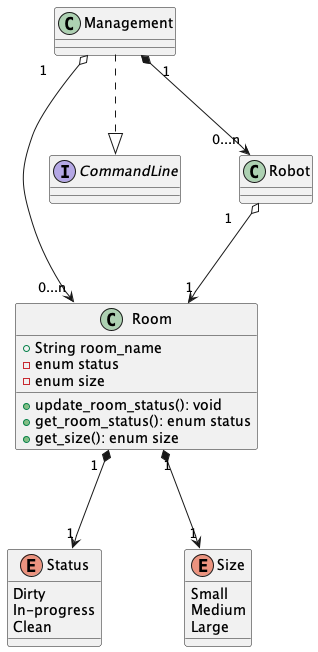
Above: docs/design/images/room_class_diagram.png in ur-cs-courses/course-project-krykna (PlantUML), before the change.
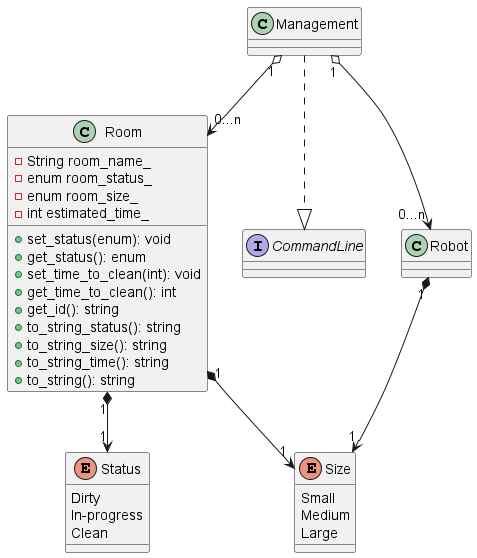
The same file after the commit.

Commit message:
Updated the Room Class design docs + PUML

Up-to-date with the current state of the room class.

The edit, as a diff of the source:
```diff
@@ -1,11 +1,18 @@
 @startuml
 class Room {
-    + String room_name
-    - enum status
-    - enum size
-    + update_room_status(): void
-    + get_room_status(): enum status
-    + get_size(): enum size
+    - String room_name_
+    - enum room_status_
+    - enum room_size_
+    - int estimated_time_
+    + set_status(enum): void
+    + get_status(): enum
+    + set_time_to_clean(int): void
+    + get_time_to_clean(): int
+    + get_id(): string
+    + to_string_status(): string
+    + to_string_size(): string
+    + to_string_time(): string
+    + to_string(): string
 }
 
 enum Status {
@@ -23,9 +30,9 @@
 interface CommandLine {}
 
 Management "1" o--> "0...n" Room
-Management "1" *--> "0...n" Robot
-Robot "1" o--> "1" Room
+Management "1" o--> "0...n" Robot
 Room "1" *--> "1" Status
 Room "1" *--> "1" Size
+Robot "1" *--> "1" Size
 Management ..|> CommandLine
 @enduml
```
